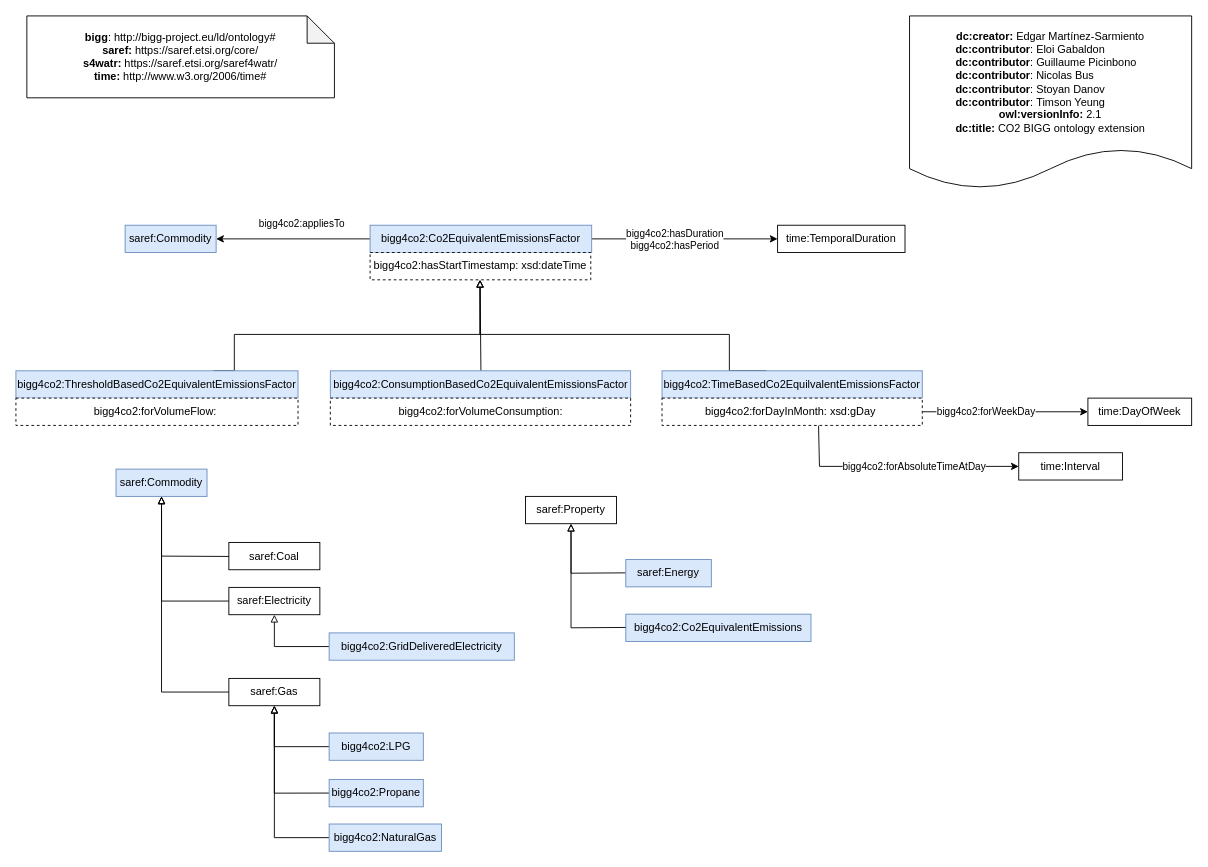
Earlier version of the draw.io diagram BIGGv2.1/conceptualization/extensions/bigg4co2.drawio (biggproject/Ontology). Source tidied: cells renumbered, new cells numbered last; positions are measured from the earlier drawing's top-left corner, leaving out a move shared by most shapes. Both pictures are drawn from the tidied source at 91%, with x=0, y=0 at pixel (15, 15).
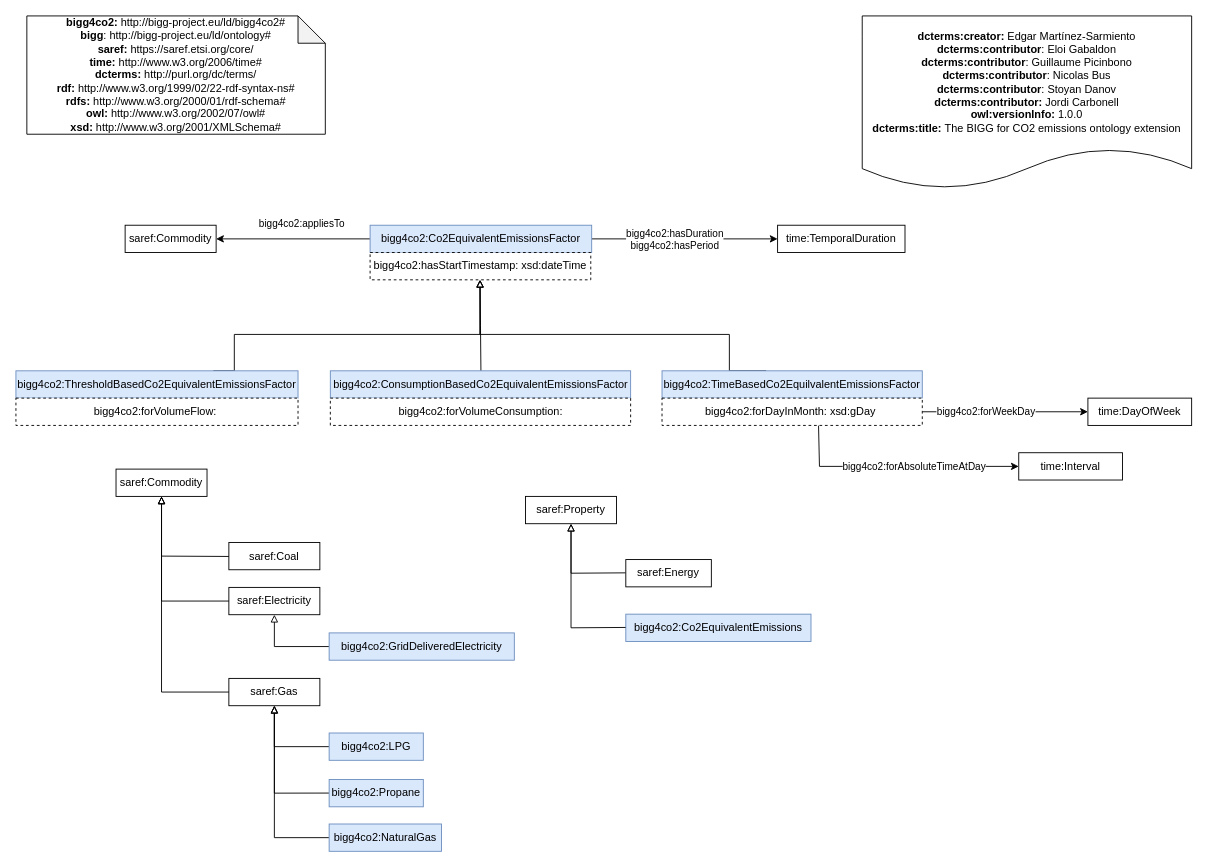
The same diagram, later.

Change to the diagram source:
```diff
@@
-    <mxCell id="2" value="saref:Commodity" style="rounded=0;whiteSpace=wrap;html=1;snapToPoint=1;points=[[0.1,0],[0.2,0],[0.3,0],[0.4,0],[0.5,0],[0.6,0],[0.7,0],[0.8,0],[0.9,0],[0,0.1],[0,0.3],[0,0.5],[0,0.7],[0,0.9],[0.1,1],[0.2,1],[0.3,1],[0.4,1],[0.5,1],[0.6,1],[0.7,1],[0.8,1],[0.9,1],[1,0.1],[1,0.3],[1,0.5],[1,0.7],[1,0.9]];fillColor=#dae8fc;strokeColor=#6c8ebf;" parent="1" vertex="1">
+    <mxCell id="2" value="saref:Commodity" style="rounded=0;whiteSpace=wrap;html=1;snapToPoint=1;points=[[0.1,0],[0.2,0],[0.3,0],[0.4,0],[0.5,0],[0.6,0],[0.7,0],[0.8,0],[0.9,0],[0,0.1],[0,0.3],[0,0.5],[0,0.7],[0,0.9],[0.1,1],[0.2,1],[0.3,1],[0.4,1],[0.5,1],[0.6,1],[0.7,1],[0.8,1],[0.9,1],[1,0.1],[1,0.3],[1,0.5],[1,0.7],[1,0.9]];fillColor=#FFFFFF;strokeColor=#000000;" parent="1" vertex="1">
       <mxGeometry x="120" y="230" width="100" height="30" as="geometry" />
     </mxCell>
@@
-    <mxCell id="25" value="&lt;div&gt;&lt;b&gt;bigg&lt;/b&gt;: http://bigg-project.eu/ld/ontology#&lt;/div&gt;&lt;div&gt;&lt;/div&gt;&lt;b&gt;saref:&lt;/b&gt;&amp;nbsp;https://saref.etsi.org/core/&lt;br&gt;&lt;b&gt;s4watr: &lt;/b&gt;https://saref.etsi.org/saref4watr/&lt;br&gt;&lt;span style=&quot;border-color: var(--border-color);&quot;&gt;&lt;b style=&quot;border-color: var(--border-color);&quot;&gt;time:&amp;nbsp;&lt;/b&gt;http://www.w3.org/2006/time#&lt;br style=&quot;border-color: var(--border-color);&quot;&gt;&lt;/span&gt;" style="shape=note;whiteSpace=wrap;html=1;backgroundOutline=1;darkOpacity=0.05;fillColor=#FFFFFF;" parent="1" vertex="1">
-      <mxGeometry x="12" width="338" height="90" as="geometry" />
+    <mxCell id="25" value="&lt;div&gt;&lt;/div&gt;&lt;b&gt;bigg4co2:&amp;nbsp;&lt;/b&gt;http://bigg-project.eu/ld/bigg4co2#&lt;div&gt;&lt;b&gt;bigg&lt;/b&gt;: http://bigg-project.eu/ld/ontology#&lt;/div&gt;&lt;div&gt;&lt;/div&gt;&lt;b&gt;saref:&lt;/b&gt;&amp;nbsp;https://saref.etsi.org/core/&lt;br&gt;&lt;span style=&quot;border-color: var(--border-color);&quot;&gt;&lt;b style=&quot;border-color: var(--border-color);&quot;&gt;time:&amp;nbsp;&lt;/b&gt;http://www.w3.org/2006/time#&lt;br&gt;&lt;b&gt;dcterms:&lt;/b&gt;&amp;nbsp;http://purl.org/dc/terms/&lt;br&gt;&lt;div&gt;&lt;div&gt;&lt;b&gt;rdf:&amp;nbsp;&lt;/b&gt;http://www.w3.org/1999/02/22-rdf-syntax-ns#&lt;/div&gt;&lt;/div&gt;&lt;div&gt;&lt;div&gt;&lt;b&gt;rdfs:&amp;nbsp;&lt;/b&gt;http://www.w3.org/2000/01/rdf-schema#&lt;/div&gt;&lt;/div&gt;&lt;div&gt;&lt;div&gt;&lt;b&gt;owl:&lt;/b&gt;&amp;nbsp;http://www.w3.org/2002/07/owl#&lt;/div&gt;&lt;/div&gt;&lt;div&gt;&lt;b&gt;xsd:&amp;nbsp;&lt;/b&gt;http://www.w3.org/2001/XMLSchema#&lt;/div&gt;&lt;/span&gt;" style="shape=note;whiteSpace=wrap;html=1;backgroundOutline=1;darkOpacity=0.05;fillColor=#FFFFFF;" parent="1" vertex="1">
+      <mxGeometry x="12" width="328" height="130" as="geometry" />
     </mxCell>
-    <mxCell id="26" value="&lt;div&gt;&lt;b&gt;dc:creator:&lt;/b&gt;&amp;nbsp;Edgar Martínez-Sarmiento&lt;/div&gt;&lt;div&gt;&lt;div style=&quot;text-align: left;&quot;&gt;&lt;b&gt;dc:contributor&lt;/b&gt;:&amp;nbsp;Eloi Gabaldon&lt;/div&gt;&lt;div style=&quot;text-align: left;&quot;&gt;&lt;b&gt;dc:contributor&lt;/b&gt;:&amp;nbsp;Guillaume Picinbono&lt;br&gt;&lt;/div&gt;&lt;div style=&quot;text-align: left;&quot;&gt;&lt;b&gt;dc:contributor&lt;/b&gt;:&amp;nbsp;Nicolas Bus&lt;br&gt;&lt;/div&gt;&lt;div style=&quot;text-align: left;&quot;&gt;&lt;b&gt;dc:contributor&lt;/b&gt;:&amp;nbsp;Stoyan Danov&lt;br&gt;&lt;/div&gt;&lt;div style=&quot;text-align: left;&quot;&gt;&lt;b&gt;dc:contributor&lt;/b&gt;:&amp;nbsp;Timson Yeung&lt;/div&gt;&lt;/div&gt;&lt;div&gt;&lt;b&gt;owl:versionInfo:&lt;/b&gt; 2.1&lt;br&gt;&lt;/div&gt;&lt;div&gt;&lt;b&gt;dc:title:&lt;/b&gt;&amp;nbsp;CO2 BIGG ontology extension&lt;/div&gt;" style="shape=document;whiteSpace=wrap;html=1;boundedLbl=1;labelBackgroundColor=#ffffff;strokeColor=#000000;fontSize=12;fontColor=#000000;size=0.23333333333333334;fillColor=#FFFFFF;" parent="1" vertex="1">
-      <mxGeometry x="982" width="310" height="190" as="geometry" />
+    <mxCell id="26" value="&lt;div&gt;&lt;b&gt;dcterms:creator:&lt;/b&gt;&amp;nbsp;Edgar Martínez-Sarmiento&lt;/div&gt;&lt;div&gt;&lt;div style=&quot;&quot;&gt;&lt;b&gt;dc&lt;/b&gt;&lt;b&gt;terms&lt;/b&gt;&lt;b&gt;:contributor&lt;/b&gt;:&amp;nbsp;Eloi Gabaldon&lt;/div&gt;&lt;div style=&quot;&quot;&gt;&lt;b&gt;dc&lt;/b&gt;&lt;b&gt;terms&lt;/b&gt;&lt;b&gt;:contributor&lt;/b&gt;:&amp;nbsp;Guillaume Picinbono&lt;/div&gt;&lt;div style=&quot;&quot;&gt;&lt;b&gt;dc&lt;/b&gt;&lt;b&gt;terms&lt;/b&gt;&lt;b&gt;:contributor&lt;/b&gt;:&amp;nbsp;Nicolas Bus&lt;/div&gt;&lt;div style=&quot;&quot;&gt;&lt;b&gt;dc&lt;/b&gt;&lt;b&gt;terms&lt;/b&gt;&lt;b&gt;:contributor&lt;/b&gt;:&amp;nbsp;Stoyan Danov&lt;/div&gt;&lt;div style=&quot;&quot;&gt;&lt;b&gt;dc&lt;/b&gt;&lt;b&gt;terms&lt;/b&gt;&lt;b&gt;:contributor: &lt;/b&gt;Jordi Carbonell&lt;/div&gt;&lt;/div&gt;&lt;div&gt;&lt;b&gt;owl:versionInfo:&lt;/b&gt;&amp;nbsp;1.0.0&lt;/div&gt;&lt;div&gt;&lt;b&gt;dcterms:title:&lt;/b&gt;&amp;nbsp;The BIGG for CO2 emissions ontology extension&lt;/div&gt;" style="shape=document;whiteSpace=wrap;html=1;boundedLbl=1;labelBackgroundColor=#ffffff;strokeColor=#000000;fontSize=12;fontColor=#000000;size=0.23333333333333334;fillColor=#FFFFFF;align=center;" parent="1" vertex="1">
+      <mxGeometry x="930" width="362" height="190" as="geometry" />
     </mxCell>
@@
-    <mxCell id="29" value="saref:Energy" style="rounded=0;whiteSpace=wrap;html=1;snapToPoint=1;points=[[0.1,0],[0.2,0],[0.3,0],[0.4,0],[0.5,0],[0.6,0],[0.7,0],[0.8,0],[0.9,0],[0,0.1],[0,0.3],[0,0.5],[0,0.7],[0,0.9],[0.1,1],[0.2,1],[0.3,1],[0.4,1],[0.5,1],[0.6,1],[0.7,1],[0.8,1],[0.9,1],[1,0.1],[1,0.3],[1,0.5],[1,0.7],[1,0.9]];fillColor=#dae8fc;strokeColor=#6c8ebf;" parent="1" vertex="1">
+    <mxCell id="29" value="saref:Energy" style="rounded=0;whiteSpace=wrap;html=1;snapToPoint=1;points=[[0.1,0],[0.2,0],[0.3,0],[0.4,0],[0.5,0],[0.6,0],[0.7,0],[0.8,0],[0.9,0],[0,0.1],[0,0.3],[0,0.5],[0,0.7],[0,0.9],[0.1,1],[0.2,1],[0.3,1],[0.4,1],[0.5,1],[0.6,1],[0.7,1],[0.8,1],[0.9,1],[1,0.1],[1,0.3],[1,0.5],[1,0.7],[1,0.9]];fillColor=#FFFFFF;strokeColor=#000000;" parent="1" vertex="1">
       <mxGeometry x="670.2" y="597.4" width="94" height="30" as="geometry" />
     </mxCell>
@@
-    <mxCell id="42" value="saref:Commodity" style="rounded=0;whiteSpace=wrap;html=1;snapToPoint=1;points=[[0.1,0],[0.2,0],[0.3,0],[0.4,0],[0.5,0],[0.6,0],[0.7,0],[0.8,0],[0.9,0],[0,0.1],[0,0.3],[0,0.5],[0,0.7],[0,0.9],[0.1,1],[0.2,1],[0.3,1],[0.4,1],[0.5,1],[0.6,1],[0.7,1],[0.8,1],[0.9,1],[1,0.1],[1,0.3],[1,0.5],[1,0.7],[1,0.9]];fillColor=#dae8fc;strokeColor=#6c8ebf;" parent="1" vertex="1">
+    <mxCell id="42" value="saref:Commodity" style="rounded=0;whiteSpace=wrap;html=1;snapToPoint=1;points=[[0.1,0],[0.2,0],[0.3,0],[0.4,0],[0.5,0],[0.6,0],[0.7,0],[0.8,0],[0.9,0],[0,0.1],[0,0.3],[0,0.5],[0,0.7],[0,0.9],[0.1,1],[0.2,1],[0.3,1],[0.4,1],[0.5,1],[0.6,1],[0.7,1],[0.8,1],[0.9,1],[1,0.1],[1,0.3],[1,0.5],[1,0.7],[1,0.9]];fillColor=#FFFFFF;strokeColor=#000000;" parent="1" vertex="1">
       <mxGeometry x="110" y="498" width="100" height="30" as="geometry" />
     </mxCell>
```
